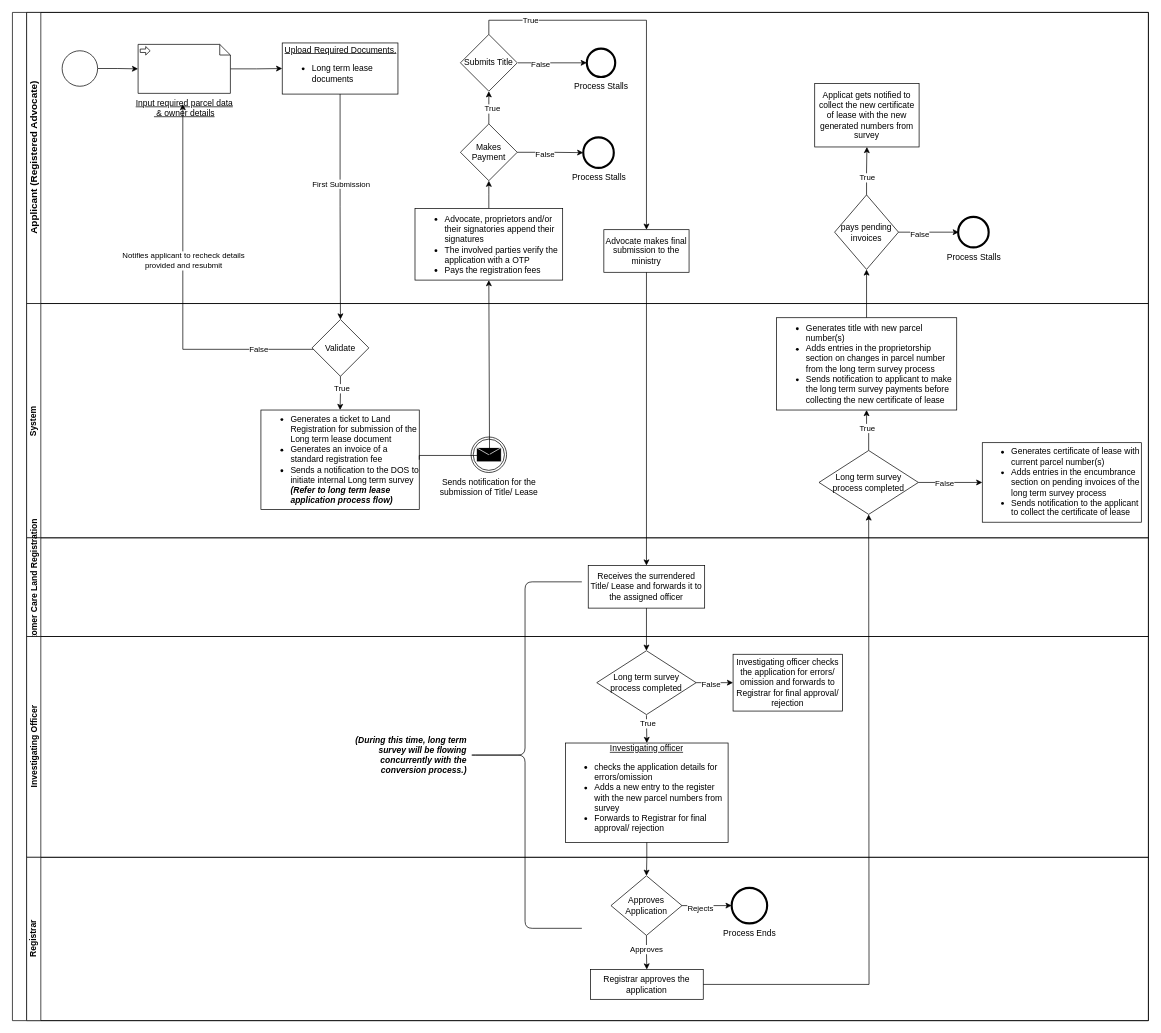
Above: Long Term Lease (Conversion).drawio in pascalokoth/BPMN (draw.io), before the change. Source tidied: cells renumbered, new cells numbered last; positions are measured from the earlier drawing's top-left corner, leaving out a move shared by most shapes. Both pictures are drawn from the tidied source at 71%, with x=0, y=0 at pixel (12, 12).
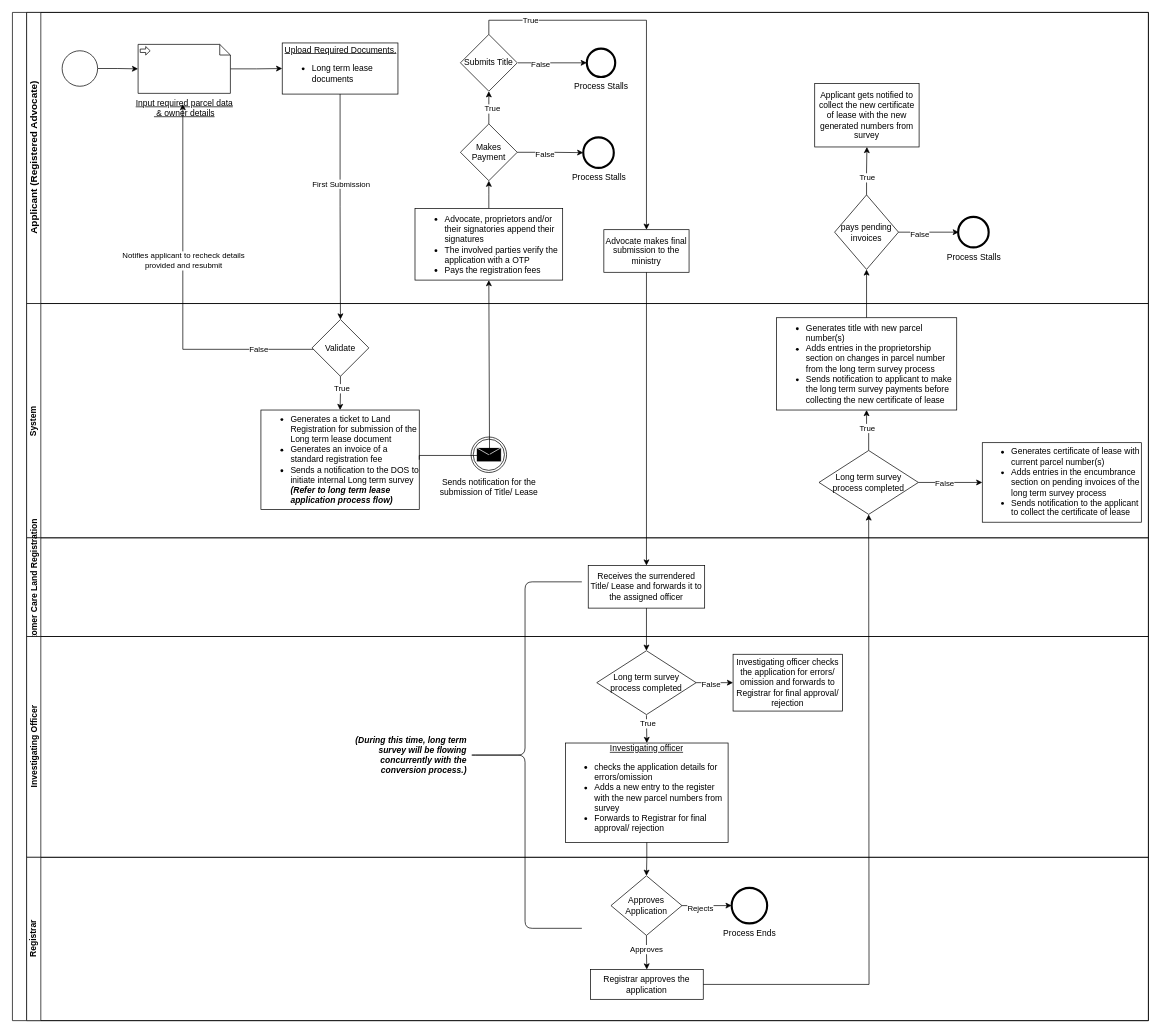
The same diagram, later.

Unchanged cells that the change refers to:
```xml
<mxCell id="3" value="&lt;font style=&quot;font-size: 14px;&quot;&gt;Applicant (Registered Advocate)&lt;/font&gt;" style="swimlane;html=1;startSize=20;horizontal=0;" parent="2" vertex="1">
  <mxGeometry x="20" width="1580" height="410" as="geometry" />
</mxCell>
```

Change to the diagram source:
```diff
@@
-    <mxCell id="25" value="Applicat gets notified to collect the new certificate of lease with the new generated numbers from survey" style="whiteSpace=wrap;html=1;" parent="3" vertex="1">
+    <mxCell id="25" value="Applicant gets notified to collect the new certificate of lease with the new generated numbers from survey" style="whiteSpace=wrap;html=1;" parent="3" vertex="1">
       <mxGeometry x="1110" y="100" width="147" height="89.5" as="geometry" />
     </mxCell>
```
